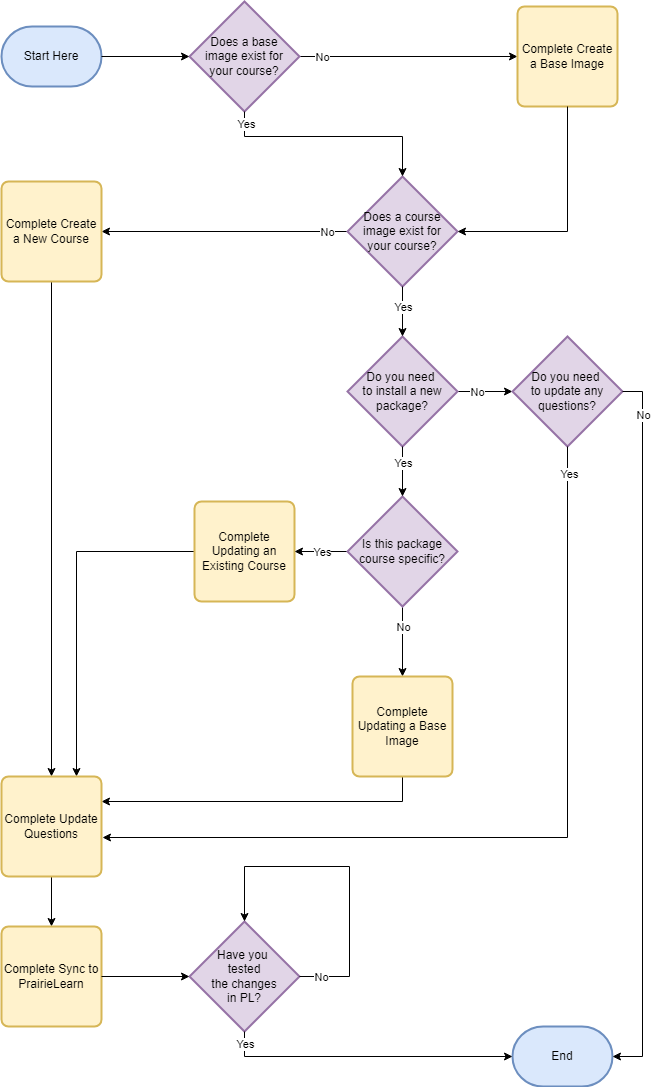
Earlier version of the draw.io export utilities/flowchart.png (joelostblom/prairielearn-dockers). Source tidied: cells renumbered, new cells last; positions are measured from the earlier drawing's top-left corner, leaving out a move shared by most shapes.
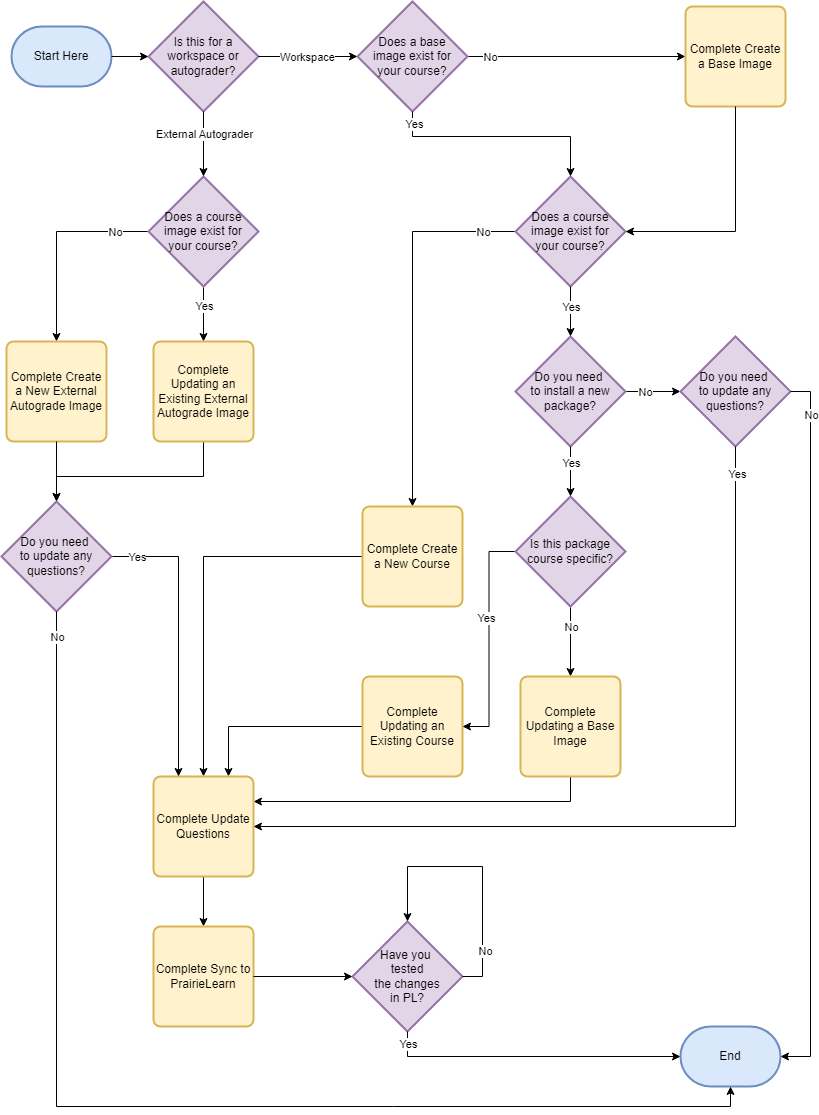
After the commit.

Diff of the diagram source:
```diff
@@ -3,7 +3,7 @@
     <mxCell id="0" />
     <mxCell id="1" parent="0" />
     <mxCell id="2" value="Start Here" style="strokeWidth=2;html=1;shape=mxgraph.flowchart.terminator;whiteSpace=wrap;fillColor=#dae8fc;strokeColor=#6c8ebf;" parent="1" vertex="1">
-      <mxGeometry y="25" width="100" height="60" as="geometry" />
+      <mxGeometry x="-158" y="25" width="100" height="60" as="geometry" />
     </mxCell>
     <mxCell id="3" style="edgeStyle=orthogonalEdgeStyle;rounded=0;jettySize=auto;html=1;exitX=1;exitY=0.5;exitDx=0;exitDy=0;exitPerimeter=0;entryX=0;entryY=0.5;entryDx=0;entryDy=0;" parent="1" edge="1" source="5" target="13">
       <mxGeometry relative="1" as="geometry" />
@@ -14,10 +14,7 @@
     <mxCell id="5" value="Does a base &lt;br&gt;image exist for &lt;br&gt;your course?" style="strokeWidth=2;html=1;shape=mxgraph.flowchart.decision;whiteSpace=wrap;fillColor=#e1d5e7;strokeColor=#9673a6;" parent="1" vertex="1">
       <mxGeometry x="188" width="110" height="110" as="geometry" />
     </mxCell>
-    <mxCell id="6" style="edgeStyle=orthogonalEdgeStyle;rounded=0;jettySize=auto;html=1;exitX=1;exitY=0.5;exitDx=0;exitDy=0;exitPerimeter=0;entryX=0;entryY=0.5;entryDx=0;entryDy=0;entryPerimeter=0;" parent="1" edge="1" source="2" target="5">
-      <mxGeometry relative="1" as="geometry" />
-    </mxCell>
-    <mxCell id="7" style="edgeStyle=orthogonalEdgeStyle;rounded=0;jettySize=auto;html=1;exitX=0;exitY=0.5;exitDx=0;exitDy=0;exitPerimeter=0;entryX=1;entryY=0.5;entryDx=0;entryDy=0;" parent="1" edge="1" source="9" target="17">
+    <mxCell id="7" style="edgeStyle=orthogonalEdgeStyle;rounded=0;jettySize=auto;html=1;exitX=0;exitY=0.5;exitDx=0;exitDy=0;exitPerimeter=0;entryX=0.5;entryY=0;entryDx=0;entryDy=0;" parent="1" edge="1" source="9" target="17">
       <mxGeometry relative="1" as="geometry" />
     </mxCell>
     <mxCell id="8" value="No" style="edgeLabel;html=1;align=center;verticalAlign=middle;" parent="7" vertex="1">
@@ -44,11 +41,11 @@
     <mxCell id="15" value="Yes" style="edgeLabel;html=1;align=center;verticalAlign=middle;" parent="14" vertex="1">
       <mxGeometry x="-0.2" relative="1" as="geometry" />
     </mxCell>
-    <mxCell id="16" style="edgeStyle=orthogonalEdgeStyle;rounded=0;jettySize=auto;html=1;entryX=0.5;entryY=0;entryDx=0;entryDy=0;exitX=0.5;exitY=1;exitDx=0;exitDy=0;" parent="1" edge="1" source="17" target="31">
+    <mxCell id="16" style="edgeStyle=orthogonalEdgeStyle;rounded=0;jettySize=auto;html=1;entryX=0.5;entryY=0;entryDx=0;entryDy=0;exitX=0;exitY=0.5;exitDx=0;exitDy=0;" parent="1" edge="1" source="17" target="31">
       <mxGeometry relative="1" as="geometry" />
     </mxCell>
     <mxCell id="17" value="Complete Create a New Course" style="rounded=1;whiteSpace=wrap;html=1;absoluteArcSize=1;arcSize=14;strokeWidth=2;fillColor=#fff2cc;strokeColor=#d6b656;" parent="1" vertex="1">
-      <mxGeometry y="180" width="100" height="100" as="geometry" />
+      <mxGeometry x="193" y="505" width="100" height="100" as="geometry" />
     </mxCell>
     <mxCell id="18" value="Do you need&amp;nbsp;&lt;div&gt;to update any questions?&lt;/div&gt;" style="strokeWidth=2;html=1;shape=mxgraph.flowchart.decision;whiteSpace=wrap;fillColor=#e1d5e7;strokeColor=#9673a6;" parent="1" vertex="1">
       <mxGeometry x="511" y="335" width="110" height="110" as="geometry" />
@@ -57,9 +54,9 @@
       <mxGeometry relative="1" as="geometry" />
     </mxCell>
     <mxCell id="20" value="Complete Updating an Existing Course" style="rounded=1;whiteSpace=wrap;html=1;absoluteArcSize=1;arcSize=14;strokeWidth=2;fillColor=#fff2cc;strokeColor=#d6b656;" parent="1" vertex="1">
-      <mxGeometry x="193" y="500" width="100" height="100" as="geometry" />
+      <mxGeometry x="193" y="675" width="100" height="100" as="geometry" />
     </mxCell>
-    <mxCell id="21" style="edgeStyle=orthogonalEdgeStyle;rounded=0;jettySize=auto;html=1;exitX=0;exitY=0.5;exitDx=0;exitDy=0;exitPerimeter=0;" parent="1" edge="1" source="25" target="20">
+    <mxCell id="21" style="edgeStyle=orthogonalEdgeStyle;rounded=0;jettySize=auto;html=1;exitX=0;exitY=0.5;exitDx=0;exitDy=0;exitPerimeter=0;entryX=1;entryY=0.5;entryDx=0;entryDy=0;" parent="1" edge="1" source="25" target="20">
       <mxGeometry relative="1" as="geometry" />
     </mxCell>
     <mxCell id="22" value="Yes" style="edgeLabel;html=1;align=center;verticalAlign=middle;" parent="21" vertex="1">
@@ -92,16 +89,16 @@
       <mxGeometry relative="1" as="geometry" />
     </mxCell>
     <mxCell id="31" value="Complete Update&lt;br&gt;Questions" style="rounded=1;whiteSpace=wrap;html=1;absoluteArcSize=1;arcSize=14;strokeWidth=2;fillColor=#fff2cc;strokeColor=#d6b656;" parent="1" vertex="1">
-      <mxGeometry y="775" width="100" height="100" as="geometry" />
+      <mxGeometry x="-16" y="775" width="100" height="100" as="geometry" />
     </mxCell>
     <mxCell id="32" value="Complete Sync to PrairieLearn" style="rounded=1;whiteSpace=wrap;html=1;absoluteArcSize=1;arcSize=14;strokeWidth=2;fillColor=#fff2cc;strokeColor=#d6b656;" parent="1" vertex="1">
-      <mxGeometry y="925" width="100" height="100" as="geometry" />
+      <mxGeometry x="-16" y="925" width="100" height="100" as="geometry" />
     </mxCell>
     <mxCell id="33" value="End" style="strokeWidth=2;html=1;shape=mxgraph.flowchart.terminator;whiteSpace=wrap;fillColor=#dae8fc;strokeColor=#6c8ebf;" parent="1" vertex="1">
       <mxGeometry x="511" y="1025" width="100" height="60" as="geometry" />
     </mxCell>
     <mxCell id="34" value="Have you&amp;nbsp;&lt;div&gt;tested&lt;br&gt;the changes&lt;br&gt;in PL?&lt;/div&gt;" style="strokeWidth=2;html=1;shape=mxgraph.flowchart.decision;whiteSpace=wrap;fillColor=#e1d5e7;strokeColor=#9673a6;" parent="1" vertex="1">
-      <mxGeometry x="188" y="920" width="110" height="110" as="geometry" />
+      <mxGeometry x="183" y="920" width="110" height="110" as="geometry" />
     </mxCell>
     <mxCell id="35" style="edgeStyle=orthogonalEdgeStyle;rounded=0;jettySize=auto;html=1;exitX=0.5;exitY=1;exitDx=0;exitDy=0;exitPerimeter=0;entryX=0.5;entryY=0;entryDx=0;entryDy=0;entryPerimeter=0;" parent="1" edge="1" source="5" target="9">
       <mxGeometry relative="1" as="geometry">
@@ -136,23 +133,96 @@
     <mxCell id="42" value="Yes" style="edgeLabel;html=1;align=center;verticalAlign=middle;" parent="41" vertex="1">
       <mxGeometry x="-0.92" relative="1" as="geometry" />
     </mxCell>
-    <mxCell id="43" style="edgeStyle=orthogonalEdgeStyle;rounded=0;orthogonalLoop=1;jettySize=auto;html=1;exitX=1;exitY=0.5;exitDx=0;exitDy=0;exitPerimeter=0;entryX=0.5;entryY=0;entryDx=0;entryDy=0;entryPerimeter=0;" parent="1" edge="1" source="34" target="34">
-      <mxGeometry relative="1" as="geometry">
-        <Array as="points">
-          <mxPoint x="348" y="975" />
-          <mxPoint x="348" y="865" />
-          <mxPoint x="243" y="865" />
-        </Array>
-      </mxGeometry>
-    </mxCell>
-    <mxCell id="44" value="No" style="edgeLabel;html=1;align=center;verticalAlign=middle;" parent="43" vertex="1">
-      <mxGeometry x="-0.87" relative="1" as="geometry" />
-    </mxCell>
-    <mxCell id="45" style="edgeStyle=orthogonalEdgeStyle;rounded=0;jettySize=auto;html=1;exitX=0.5;exitY=1;exitDx=0;exitDy=0;exitPerimeter=0;entryX=1.01;entryY=0.61;entryDx=0;entryDy=0;entryPerimeter=0;" parent="1" edge="1" source="18" target="31">
+    <mxCell id="45" style="edgeStyle=orthogonalEdgeStyle;rounded=0;jettySize=auto;html=1;exitX=0.5;exitY=1;exitDx=0;exitDy=0;exitPerimeter=0;entryX=1;entryY=0.5;entryDx=0;entryDy=0;" parent="1" edge="1" source="18" target="31">
       <mxGeometry relative="1" as="geometry" />
     </mxCell>
     <mxCell id="46" value="Yes" style="edgeLabel;html=1;align=center;verticalAlign=middle;" parent="45" vertex="1">
       <mxGeometry x="-0.94" y="1" relative="1" as="geometry" />
     </mxCell>
+    <mxCell id="47" value="Is this for a workspace or autograder?" style="strokeWidth=2;html=1;shape=mxgraph.flowchart.decision;whiteSpace=wrap;fillColor=#e1d5e7;strokeColor=#9673a6;" parent="1" vertex="1">
+      <mxGeometry x="-21" width="110" height="110" as="geometry" />
+    </mxCell>
+    <mxCell id="48" style="edgeStyle=orthogonalEdgeStyle;rounded=0;jettySize=auto;html=1;entryX=0;entryY=0.5;entryDx=0;entryDy=0;entryPerimeter=0;" parent="1" edge="1" source="47" target="5">
+      <mxGeometry relative="1" as="geometry" />
+    </mxCell>
+    <mxCell id="49" value="Workspace" style="edgeLabel;html=1;align=center;verticalAlign=middle;" parent="48" vertex="1">
+      <mxGeometry x="-0.33" relative="1" as="geometry">
+        <mxPoint x="15" as="offset" />
+      </mxGeometry>
+    </mxCell>
+    <mxCell id="50" style="edgeStyle=orthogonalEdgeStyle;rounded=0;jettySize=auto;html=1;exitX=0;exitY=0.5;exitDx=0;exitDy=0;exitPerimeter=0;entryX=0.5;entryY=0;entryDx=0;entryDy=0;" parent="1" edge="1" source="54" target="57">
+      <mxGeometry relative="1" as="geometry" />
+    </mxCell>
+    <mxCell id="51" value="No" style="edgeLabel;html=1;align=center;verticalAlign=middle;" parent="50" vertex="1">
+      <mxGeometry x="-0.66" relative="1" as="geometry" />
+    </mxCell>
+    <mxCell id="52" style="edgeStyle=orthogonalEdgeStyle;rounded=0;jettySize=auto;html=1;exitX=0.5;exitY=1;exitDx=0;exitDy=0;exitPerimeter=0;entryX=0.5;entryY=0;entryDx=0;entryDy=0;" parent="1" edge="1" source="54" target="59">
+      <mxGeometry relative="1" as="geometry" />
+    </mxCell>
+    <mxCell id="53" value="Yes" style="edgeLabel;html=1;align=center;verticalAlign=middle;" parent="52" vertex="1">
+      <mxGeometry x="-0.87" y="1" relative="1" as="geometry">
+        <mxPoint x="-1" y="15" as="offset" />
+      </mxGeometry>
+    </mxCell>
+    <mxCell id="54" value="Does a course&lt;br&gt;image exist for&lt;div&gt;your course?&lt;/div&gt;" style="strokeWidth=2;html=1;shape=mxgraph.flowchart.decision;whiteSpace=wrap;fillColor=#e1d5e7;strokeColor=#9673a6;" parent="1" vertex="1">
+      <mxGeometry x="-21" y="175" width="110" height="110" as="geometry" />
+    </mxCell>
+    <mxCell id="55" style="edgeStyle=orthogonalEdgeStyle;rounded=0;jettySize=auto;html=1;exitX=0.5;exitY=1;exitDx=0;exitDy=0;exitPerimeter=0;entryX=0.5;entryY=0;entryDx=0;entryDy=0;entryPerimeter=0;" parent="1" edge="1" source="47" target="54">
+      <mxGeometry relative="1" as="geometry" />
+    </mxCell>
+    <mxCell id="56" value="External Autograder" style="edgeLabel;html=1;align=center;verticalAlign=middle;" parent="55" vertex="1">
+      <mxGeometry x="-0.32" y="-1" relative="1" as="geometry">
+        <mxPoint x="1" as="offset" />
+      </mxGeometry>
+    </mxCell>
+    <mxCell id="57" value="Complete Create a New External Autograde Image" style="rounded=1;whiteSpace=wrap;html=1;absoluteArcSize=1;arcSize=14;strokeWidth=2;fillColor=#fff2cc;strokeColor=#d6b656;" parent="1" vertex="1">
+      <mxGeometry x="-163" y="340" width="100" height="100" as="geometry" />
+    </mxCell>
+    <mxCell id="58" style="edgeStyle=orthogonalEdgeStyle;rounded=0;jettySize=auto;html=1;" parent="1" edge="1" source="59" target="63">
+      <mxGeometry relative="1" as="geometry">
+        <Array as="points">
+          <mxPoint x="34" y="475" />
+          <mxPoint x="-113" y="475" />
+        </Array>
+      </mxGeometry>
+    </mxCell>
+    <mxCell id="59" value="Complete Updating an Existing External Autograde Image" style="rounded=1;whiteSpace=wrap;html=1;absoluteArcSize=1;arcSize=14;strokeWidth=2;fillColor=#fff2cc;strokeColor=#d6b656;" parent="1" vertex="1">
+      <mxGeometry x="-16" y="340" width="100" height="100" as="geometry" />
+    </mxCell>
+    <mxCell id="43" style="edgeStyle=orthogonalEdgeStyle;rounded=0;orthogonalLoop=1;jettySize=auto;html=1;exitX=1;exitY=0.5;exitDx=0;exitDy=0;exitPerimeter=0;entryX=0.5;entryY=0;entryDx=0;entryDy=0;entryPerimeter=0;" parent="1" edge="1" source="34" target="34">
+      <mxGeometry relative="1" as="geometry">
+        <Array as="points">
+          <mxPoint x="313" y="975" />
+          <mxPoint x="313" y="865" />
+          <mxPoint x="238" y="865" />
+        </Array>
+      </mxGeometry>
+    </mxCell>
+    <mxCell id="60" value="No" style="edgeLabel;html=1;align=center;verticalAlign=middle;" parent="43" vertex="1">
+      <mxGeometry x="-0.65" y="-2" relative="1" as="geometry" />
+    </mxCell>
+    <mxCell id="61" style="edgeStyle=orthogonalEdgeStyle;rounded=0;jettySize=auto;html=1;exitX=1;exitY=0.5;exitDx=0;exitDy=0;exitPerimeter=0;entryX=0.25;entryY=0;entryDx=0;entryDy=0;" parent="1" edge="1" source="63" target="31">
+      <mxGeometry relative="1" as="geometry" />
+    </mxCell>
+    <mxCell id="62" value="Yes" style="edgeLabel;html=1;align=center;verticalAlign=middle;" parent="61" vertex="1">
+      <mxGeometry x="-0.83" y="-2" relative="1" as="geometry">
+        <mxPoint y="-2" as="offset" />
+      </mxGeometry>
+    </mxCell>
+    <mxCell id="63" value="Do you need&amp;nbsp;&lt;div&gt;to update any questions?&lt;/div&gt;" style="strokeWidth=2;html=1;shape=mxgraph.flowchart.decision;whiteSpace=wrap;fillColor=#e1d5e7;strokeColor=#9673a6;" parent="1" vertex="1">
+      <mxGeometry x="-168" y="500" width="110" height="110" as="geometry" />
+    </mxCell>
+    <mxCell id="64" style="edgeStyle=orthogonalEdgeStyle;rounded=0;jettySize=auto;html=1;exitX=0.5;exitY=1;exitDx=0;exitDy=0;entryX=0.5;entryY=0;entryDx=0;entryDy=0;entryPerimeter=0;" parent="1" edge="1" source="57" target="63">
+      <mxGeometry relative="1" as="geometry" />
+    </mxCell>
+    <mxCell id="65" style="edgeStyle=orthogonalEdgeStyle;rounded=0;jettySize=auto;html=1;exitX=0.5;exitY=1;exitDx=0;exitDy=0;exitPerimeter=0;entryX=0.5;entryY=1;entryDx=0;entryDy=0;entryPerimeter=0;" parent="1" edge="1" source="63" target="33">
+      <mxGeometry relative="1" as="geometry" />
+    </mxCell>
+    <mxCell id="66" value="No" style="edgeLabel;html=1;align=center;verticalAlign=middle;" parent="65" vertex="1">
+      <mxGeometry x="-0.96" relative="1" as="geometry" />
+    </mxCell>
+    <mxCell id="67" style="edgeStyle=orthogonalEdgeStyle;rounded=0;jettySize=auto;html=1;exitX=1;exitY=0.5;exitDx=0;exitDy=0;exitPerimeter=0;entryX=0;entryY=0.5;entryDx=0;entryDy=0;entryPerimeter=0;" parent="1" edge="1" source="2" target="47">
+      <mxGeometry relative="1" as="geometry" />
+    </mxCell>
   </root>
 </mxGraphModel>
```
